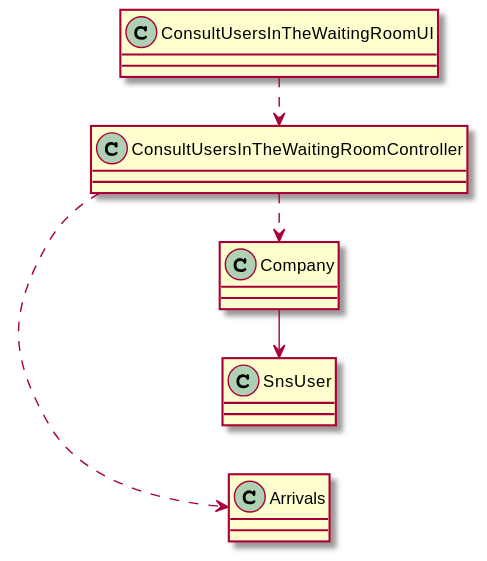
This is docs/SprintC/US005/US005_CD.svg from Pirussa/lei-22-s2-1da-g02, a PlantUML export, as it was before one commit.
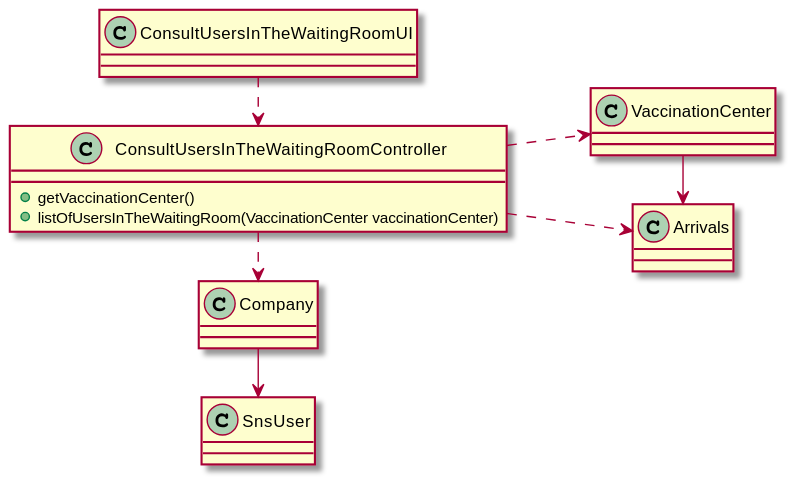
The same file after the commit.

Change to the diagram source:
```diff
@@ -5,21 +5,28 @@
 
 class ConsultUsersInTheWaitingRoomUI
 
-class ConsultUsersInTheWaitingRoomController
+class ConsultUsersInTheWaitingRoomController{
++getVaccinationCenter()
++listOfUsersInTheWaitingRoom(VaccinationCenter vaccinationCenter)
+}
 
 class Arrivals
 
-Class Company
+class VaccinationCenter
 
-Class SnsUser
+class Company
+
+class SnsUser
 
 
 left to right direction
 
 ConsultUsersInTheWaitingRoomUI .> ConsultUsersInTheWaitingRoomController
-ConsultUsersInTheWaitingRoomController .> Arrivals
-ConsultUsersInTheWaitingRoomController .> Company
+ConsultUsersInTheWaitingRoomController ..> Arrivals
+ConsultUsersInTheWaitingRoomController .r.> Company
 Company -> SnsUser
+ConsultUsersInTheWaitingRoomController ..> VaccinationCenter
+VaccinationCenter->Arrivals
 
 
 @enduml
```
